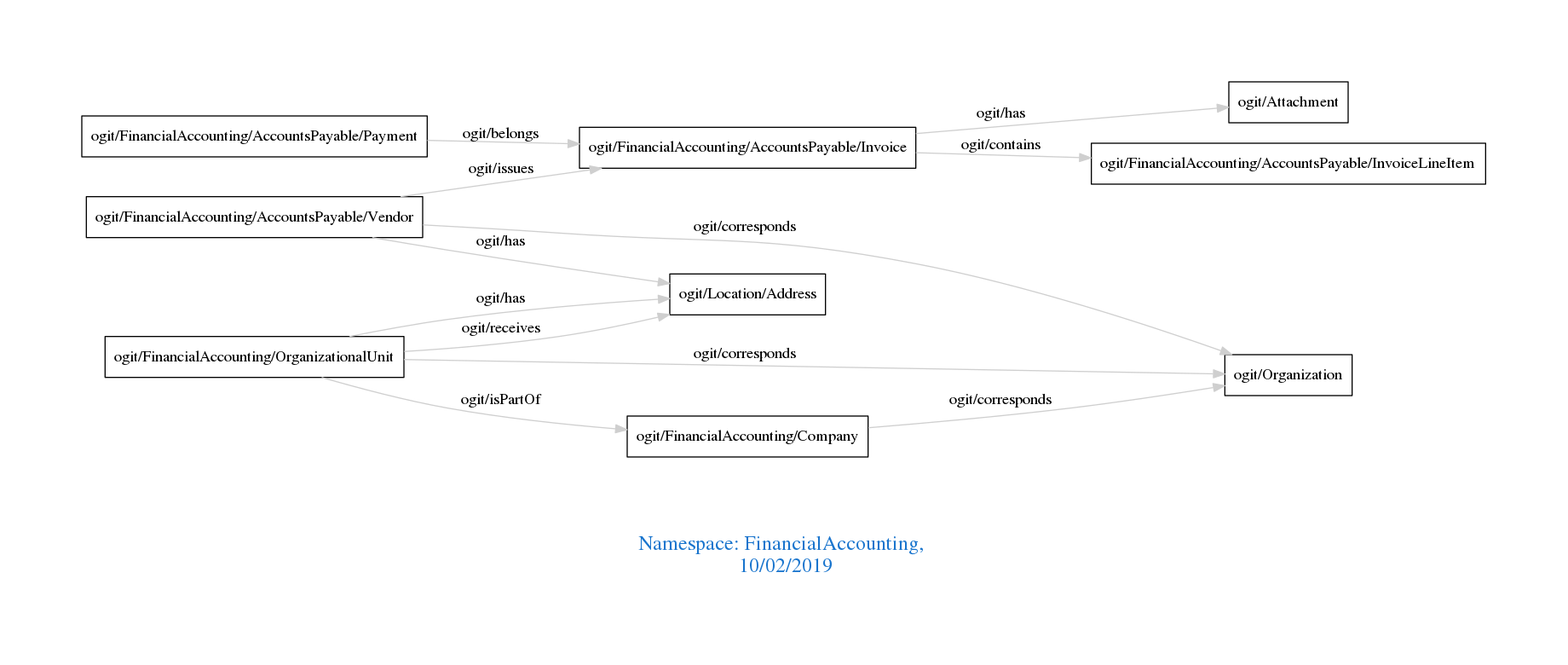
arago/OGIT keeps this Graphviz diagram as downloads/FinancialAccounting.png. Above is the earlier version. Its source is kept beside it as downloads/FinancialAccounting.dot.
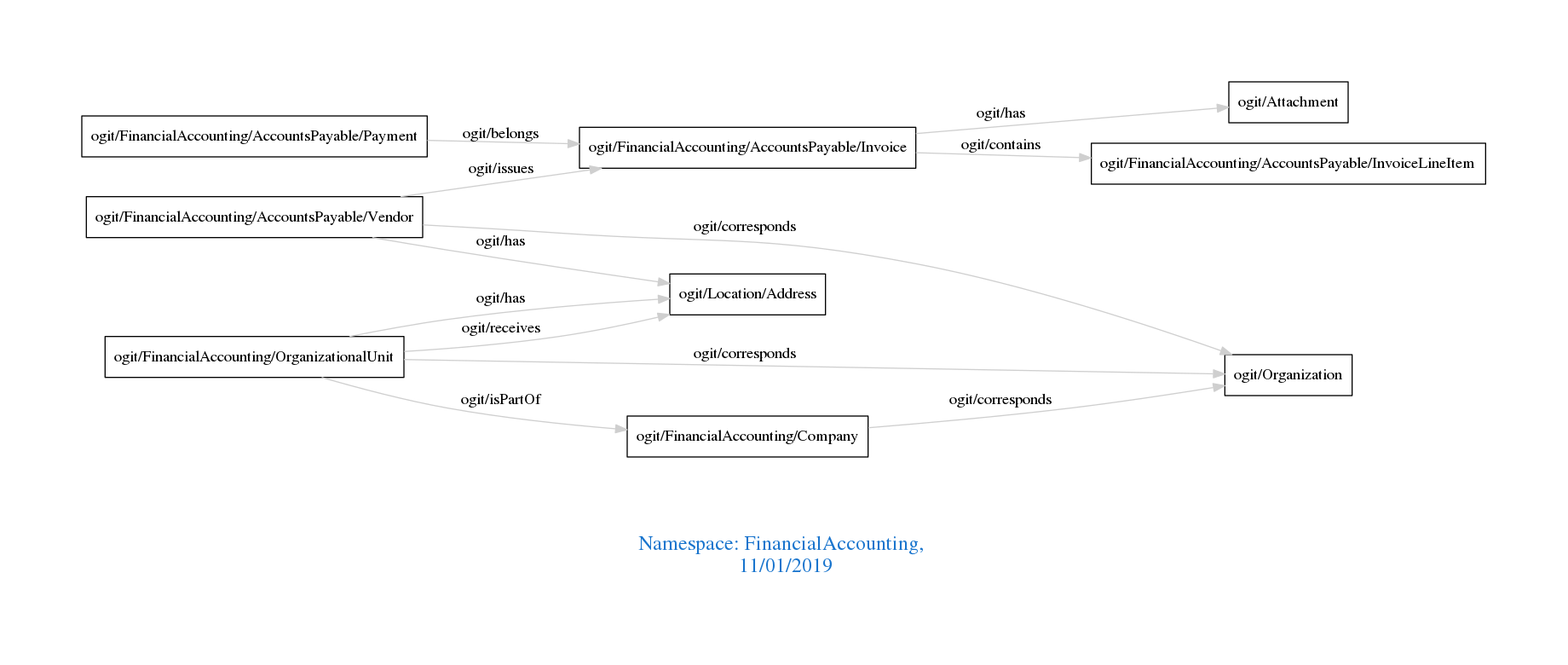
Later version of the same file.

Change to the diagram source:
```diff
@@ -1,7 +1,7 @@
 digraph OGIT_ontology {
  graph [ rankdir= LR,pad=1
 fontsize = 18,
-fontcolor= dodgerblue3,label = "\n\n\nNamespace: FinancialAccounting, \n 10/02/2019"];
+fontcolor= dodgerblue3,label = "\n\n\nNamespace: FinancialAccounting, \n 11/01/2019"];
 node[shape=polygon];
 edge [  color="gray81"];
 
```
